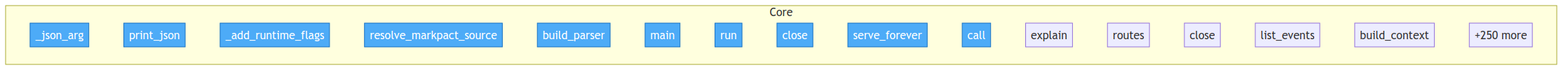
Earlier version of the Mermaid export project/flow.png (tellmesh/urisys). Its source is kept beside it as project/flow.mmd.
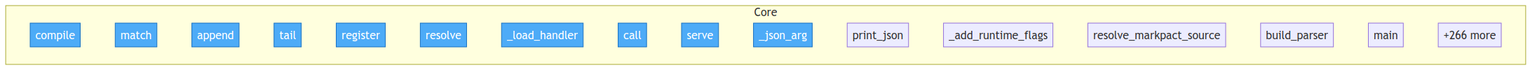
The same file after the commit.

Change to the diagram source:
```diff
@@ -3,22 +3,22 @@
     classDef entry fill:#4dabf7,stroke:#1971c2,color:#fff
 
     subgraph Core
+        packages__python__urisysedge__runtime__Route__compile["compile"]
+        packages__python__urisysedge__runtime__Route__match["match"]
+        packages__python__urisysedge__runtime__JsonlEventStore__append["append"]
+        packages__python__urisysedge__runtime__JsonlEventStore__tail["tail"]
+        packages__python__urisysedge__runtime__Runtime__register["register"]
+        packages__python__urisysedge__runtime__Runtime__resolve["resolve"]
+        packages__python__urisysedge__runtime__Runtime___load_handler["_load_handler"]
+        packages__python__urisysedge__runtime__Runtime__call["call"]
+        packages__python__urisysedge__runtime__serve["serve"]
         src__urisys__cli___json_arg["_json_arg"]
         src__urisys__cli__print_json["print_json"]
         src__urisys__cli___add_runtime_flags["_add_runtime_flags"]
         src__urisys__cli__resolve_markpact_source["resolve_markpact_source"]
         src__urisys__cli__build_parser["build_parser"]
         src__urisys__cli__main["main"]
-        src__urisys__controllers__flow_controller__FlowController__run["run"]
-        src__urisys__controllers__flow_controller__FlowController__close["close"]
-        src__urisys__controllers__server_controller__ServerController__serve_forever["serve_forever"]
-        src__urisys__controllers__uri_controller__UriController__call["call"]
-        src__urisys__controllers__uri_controller__UriController__explain["explain"]
-        src__urisys__controllers__uri_controller__UriController__routes["routes"]
-        src__urisys__controllers__uri_controller__UriController__close["close"]
-        src__urisys__managers__event_manager__EventManager__list_events["list_events"]
-        src__urisys__managers__policy_manager__PolicyManager__build_context["build_context"]
-        ...["+250 more"]
+        ...["+266 more"]
     end
 
-    class src__urisys__cli___json_arg,src__urisys__cli__print_json,src__urisys__cli___add_runtime_flags,src__urisys__cli__resolve_markpact_source,src__urisys__cli__build_parser,src__urisys__cli__main,src__urisys__controllers__flow_controller__FlowController__run,src__urisys__controllers__flow_controller__FlowController__close,src__urisys__controllers__server_controller__ServerController__serve_forever,src__urisys__controllers__uri_controller__UriController__call entry
+    class packages__python__urisysedge__runtime__Route__compile,packages__python__urisysedge__runtime__Route__match,packages__python__urisysedge__runtime__JsonlEventStore__append,packages__python__urisysedge__runtime__JsonlEventStore__tail,packages__python__urisysedge__runtime__Runtime__register,packages__python__urisysedge__runtime__Runtime__resolve,packages__python__urisysedge__runtime__Runtime___load_handler,packages__python__urisysedge__runtime__Runtime__call,packages__python__urisysedge__runtime__serve,src__urisys__cli___json_arg entry
```
